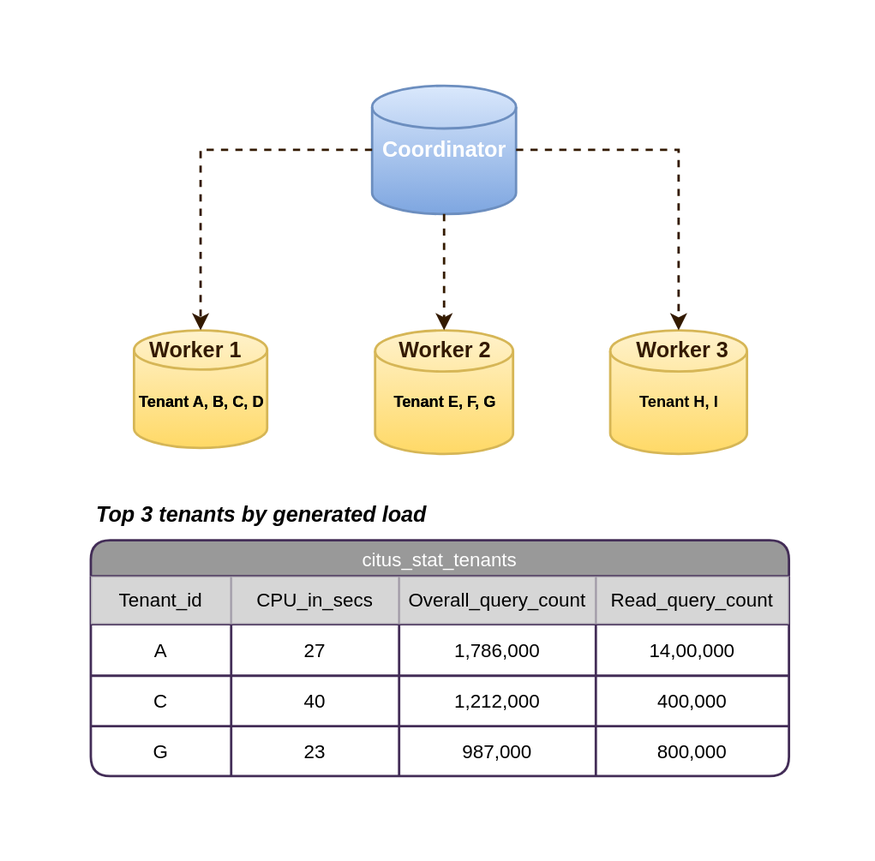
Before: articles/cosmos-db/postgresql/media/concepts-monitor-tenants/tenants-overview.svg, a diagram exported from draw.io (MicrosoftDocs/nosql-query-docs). Source tidied: cells renumbered, new cells last; positions are measured from the earlier drawing's top-left corner, leaving out a move shared by most shapes. The source it was exported from:
```xml
<mxGraphModel>
  <root>
    <mxCell id="0" />
    <mxCell id="1" parent="0" />
    <mxCell id="2" value="&lt;font style=&quot;font-size: 18px;&quot; color=&quot;#ffffff&quot;&gt;&lt;b&gt;Coordinator&lt;/b&gt;&lt;/font&gt;" style="strokeWidth=2;html=1;shape=mxgraph.flowchart.database;whiteSpace=wrap;fillColor=#dae8fc;gradientColor=#7ea6e0;strokeColor=#6c8ebf;" parent="1" vertex="1">
      <mxGeometry x="239.5" width="120" height="107" as="geometry" />
    </mxCell>
    <mxCell id="3" value="&lt;div style=&quot;&quot;&gt;&lt;br&gt;&lt;/div&gt;" style="strokeWidth=2;html=1;shape=mxgraph.flowchart.database;whiteSpace=wrap;fillColor=#fff2cc;strokeColor=#d6b656;gradientColor=#ffd966;align=center;" parent="1" vertex="1">
      <mxGeometry x="438" y="204" width="114" height="103" as="geometry" />
    </mxCell>
    <mxCell id="4" style="strokeWidth=2;html=1;shape=mxgraph.flowchart.database;whiteSpace=wrap;fillColor=#fff2cc;strokeColor=#d6b656;gradientColor=#ffd966;" parent="1" vertex="1">
      <mxGeometry x="242" y="204" width="115" height="103" as="geometry" />
    </mxCell>
    <mxCell id="5" style="strokeWidth=2;html=1;shape=mxgraph.flowchart.database;whiteSpace=wrap;fillColor=#fff2cc;strokeColor=#d6b656;gradientColor=#ffd966;gradientDirection=south;verticalAlign=middle;" parent="1" vertex="1">
      <mxGeometry x="41" y="204" width="111" height="98" as="geometry" />
    </mxCell>
    <mxCell id="6" value="&lt;b style=&quot;border-color: var(--border-color); caret-color: rgb(51, 26, 0); color: rgb(51, 26, 0); font-size: 18px;&quot;&gt;Worker 1&lt;/b&gt;" style="text;html=1;align=center;verticalAlign=middle;strokeColor=none;fillColor=none;" parent="1" vertex="1">
      <mxGeometry x="44.5" y="204" width="95" height="33" as="geometry" />
    </mxCell>
    <mxCell id="7" value="&lt;b style=&quot;border-color: var(--border-color); caret-color: rgb(51, 26, 0); color: rgb(51, 26, 0); font-size: 18px;&quot;&gt;Worker 2&lt;/b&gt;" style="text;html=1;align=center;verticalAlign=middle;strokeColor=none;fillColor=none;" parent="1" vertex="1">
      <mxGeometry x="252" y="204" width="95" height="33" as="geometry" />
    </mxCell>
    <mxCell id="8" value="&lt;b style=&quot;border-color: var(--border-color); caret-color: rgb(51, 26, 0); color: rgb(51, 26, 0); font-size: 18px;&quot;&gt;Worker 3&lt;/b&gt;" style="text;html=1;align=center;verticalAlign=middle;strokeColor=none;fillColor=none;" parent="1" vertex="1">
      <mxGeometry x="450.5" y="204" width="95" height="33" as="geometry" />
    </mxCell>
    <mxCell id="9" value="&lt;b&gt;&lt;font style=&quot;font-size: 13px;&quot;&gt;Tenant A, B, C, D&lt;/font&gt;&lt;/b&gt;" style="text;html=1;align=center;verticalAlign=middle;strokeColor=none;fillColor=none;" parent="1" vertex="1">
      <mxGeometry x="35" y="249" width="123" height="27" as="geometry" />
    </mxCell>
    <mxCell id="10" value="&lt;b&gt;&lt;font style=&quot;font-size: 13px;&quot;&gt;Tenant A, B, C, D&lt;/font&gt;&lt;/b&gt;" style="text;html=1;align=center;verticalAlign=middle;strokeColor=none;fillColor=none;" parent="1" vertex="1">
      <mxGeometry x="35" y="249" width="123" height="27" as="geometry" />
    </mxCell>
    <mxCell id="11" value="&lt;b&gt;&lt;font style=&quot;font-size: 13px;&quot;&gt;Tenant E, F, G&lt;/font&gt;&lt;/b&gt;" style="text;html=1;align=center;verticalAlign=middle;strokeColor=none;fillColor=none;" parent="1" vertex="1">
      <mxGeometry x="248" y="249" width="103" height="27" as="geometry" />
    </mxCell>
    <mxCell id="12" value="&lt;b&gt;&lt;font style=&quot;font-size: 13px;&quot;&gt;Tenant E, F, G&lt;/font&gt;&lt;/b&gt;" style="text;html=1;align=center;verticalAlign=middle;strokeColor=none;fillColor=none;" parent="1" vertex="1">
      <mxGeometry x="248" y="249" width="103" height="27" as="geometry" />
    </mxCell>
    <mxCell id="13" value="&lt;b&gt;&lt;font style=&quot;font-size: 13px;&quot;&gt;Tenant H, I&lt;/font&gt;&lt;/b&gt;" style="text;html=1;align=center;verticalAlign=middle;strokeColor=none;fillColor=none;" parent="1" vertex="1">
      <mxGeometry x="452.5" y="249" width="84" height="27" as="geometry" />
    </mxCell>
    <mxCell id="14" style="edgeStyle=segmentEdgeStyle;endArrow=classic;html=1;curved=0;rounded=0;endSize=8;startSize=8;entryX=0.5;entryY=0;entryDx=0;entryDy=0;entryPerimeter=0;exitX=1;exitY=0.5;exitDx=0;exitDy=0;exitPerimeter=0;dashed=1;strokeColor=#331A00;strokeWidth=2;" parent="1" edge="1" source="2" target="3">
      <mxGeometry relative="1" as="geometry" />
    </mxCell>
    <mxCell id="15" style="edgeStyle=segmentEdgeStyle;endArrow=classic;html=1;curved=0;rounded=0;endSize=8;startSize=8;entryX=0.5;entryY=0;entryDx=0;entryDy=0;entryPerimeter=0;exitX=0;exitY=0.5;exitDx=0;exitDy=0;exitPerimeter=0;dashed=1;strokeColor=#331A00;strokeWidth=2;" parent="1" edge="1" source="2" target="5">
      <mxGeometry relative="1" as="geometry" />
    </mxCell>
    <mxCell id="16" style="edgeStyle=segmentEdgeStyle;endArrow=classic;html=1;curved=0;rounded=0;endSize=8;startSize=8;entryX=0.5;entryY=0;entryDx=0;entryDy=0;entryPerimeter=0;dashed=1;strokeColor=#331A00;strokeWidth=2;exitX=0.5;exitY=1;exitDx=0;exitDy=0;exitPerimeter=0;" parent="1" edge="1" source="2" target="4">
      <mxGeometry relative="1" as="geometry" />
    </mxCell>
    <mxCell id="17" value="citus_stat_tenants" style="shape=table;startSize=30;strokeColor=#432D57;fontSize=16;rounded=1;arcSize=18;fillColor=#999999;fontColor=#ffffff;strokeWidth=2;" parent="1" vertex="1">
      <mxGeometry x="5" y="379" width="582" height="196.8" as="geometry" />
    </mxCell>
    <mxCell id="18" style="shape=tableRow;horizontal=0;startSize=0;swimlaneHead=0;swimlaneBody=0;strokeColor=inherit;top=0;left=0;bottom=0;right=0;fillColor=none;fontSize=16;" parent="17" vertex="1">
      <mxGeometry y="30" width="582" height="40" as="geometry" />
    </mxCell>
    <mxCell id="19" value="Tenant_id" style="shape=partialRectangle;html=1;whiteSpace=wrap;strokeColor=default;overflow=hidden;fillColor=#CCCCCC;top=0;left=0;bottom=0;right=0;fontSize=16;strokeWidth=2;perimeterSpacing=1;opacity=80;" parent="18" vertex="1">
      <mxGeometry width="117" height="40" as="geometry" />
    </mxCell>
    <mxCell id="20" value="CPU_in_secs" style="shape=partialRectangle;html=1;whiteSpace=wrap;strokeColor=default;overflow=hidden;fillColor=#CCCCCC;top=0;left=0;bottom=0;right=0;fontSize=16;strokeWidth=2;perimeterSpacing=1;opacity=80;" parent="18" vertex="1">
      <mxGeometry x="117" width="140" height="40" as="geometry" />
    </mxCell>
    <mxCell id="21" value="Overall_query_count" style="shape=partialRectangle;html=1;whiteSpace=wrap;strokeColor=default;overflow=hidden;fillColor=#CCCCCC;top=0;left=0;bottom=0;right=0;fontSize=16;strokeWidth=2;perimeterSpacing=1;opacity=80;" parent="18" vertex="1">
      <mxGeometry x="257" width="164" height="40" as="geometry" />
    </mxCell>
    <mxCell id="22" value="Read_query_count" style="shape=partialRectangle;html=1;whiteSpace=wrap;strokeColor=default;overflow=hidden;fillColor=#CCCCCC;top=0;left=0;bottom=0;right=0;fontSize=16;strokeWidth=2;perimeterSpacing=1;opacity=80;" parent="18" vertex="1">
      <mxGeometry x="421" width="161" height="40" as="geometry" />
    </mxCell>
    <mxCell id="23" style="shape=tableRow;horizontal=0;startSize=0;swimlaneHead=0;swimlaneBody=0;strokeColor=inherit;top=0;left=0;bottom=0;right=0;fillColor=none;fontSize=16;" parent="17" vertex="1">
      <mxGeometry y="70" width="582" height="43" as="geometry" />
    </mxCell>
    <mxCell id="24" value="A" style="shape=partialRectangle;html=1;whiteSpace=wrap;strokeColor=inherit;overflow=hidden;fillColor=none;top=0;left=0;bottom=0;right=0;fontSize=16;" parent="23" vertex="1">
      <mxGeometry width="117" height="43" as="geometry" />
    </mxCell>
    <mxCell id="25" value="27" style="shape=partialRectangle;html=1;whiteSpace=wrap;strokeColor=inherit;overflow=hidden;fillColor=none;top=0;left=0;bottom=0;right=0;fontSize=16;" parent="23" vertex="1">
      <mxGeometry x="117" width="140" height="43" as="geometry" />
    </mxCell>
    <mxCell id="26" value="1,786,000" style="shape=partialRectangle;html=1;whiteSpace=wrap;strokeColor=inherit;overflow=hidden;fillColor=none;top=0;left=0;bottom=0;right=0;fontSize=16;" parent="23" vertex="1">
      <mxGeometry x="257" width="164" height="43" as="geometry" />
    </mxCell>
    <mxCell id="27" value="14,00,000" style="shape=partialRectangle;html=1;whiteSpace=wrap;strokeColor=inherit;overflow=hidden;fillColor=none;top=0;left=0;bottom=0;right=0;fontSize=16;" parent="23" vertex="1">
      <mxGeometry x="421" width="161" height="43" as="geometry" />
    </mxCell>
    <mxCell id="28" style="shape=tableRow;horizontal=0;startSize=0;swimlaneHead=0;swimlaneBody=0;strokeColor=inherit;top=0;left=0;bottom=0;right=0;fillColor=none;fontSize=16;" parent="17" vertex="1">
      <mxGeometry y="113" width="582" height="42" as="geometry" />
    </mxCell>
    <mxCell id="29" value="C" style="shape=partialRectangle;html=1;whiteSpace=wrap;strokeColor=inherit;overflow=hidden;fillColor=none;top=0;left=0;bottom=0;right=0;fontSize=16;" parent="28" vertex="1">
      <mxGeometry width="117" height="42" as="geometry" />
    </mxCell>
    <mxCell id="30" value="40" style="shape=partialRectangle;html=1;whiteSpace=wrap;strokeColor=inherit;overflow=hidden;fillColor=none;top=0;left=0;bottom=0;right=0;fontSize=16;" parent="28" vertex="1">
      <mxGeometry x="117" width="140" height="42" as="geometry" />
    </mxCell>
    <mxCell id="31" value="1,212,000" style="shape=partialRectangle;html=1;whiteSpace=wrap;strokeColor=inherit;overflow=hidden;fillColor=none;top=0;left=0;bottom=0;right=0;fontSize=16;" parent="28" vertex="1">
      <mxGeometry x="257" width="164" height="42" as="geometry" />
    </mxCell>
    <mxCell id="32" value="400,000" style="shape=partialRectangle;html=1;whiteSpace=wrap;strokeColor=inherit;overflow=hidden;fillColor=none;top=0;left=0;bottom=0;right=0;fontSize=16;" parent="28" vertex="1">
      <mxGeometry x="421" width="161" height="42" as="geometry" />
    </mxCell>
    <mxCell id="33" style="shape=tableRow;horizontal=0;startSize=0;swimlaneHead=0;swimlaneBody=0;strokeColor=inherit;top=0;left=0;bottom=0;right=0;fillColor=none;fontSize=16;" parent="17" vertex="1">
      <mxGeometry y="155" width="582" height="42" as="geometry" />
    </mxCell>
    <mxCell id="34" value="G" style="shape=partialRectangle;html=1;whiteSpace=wrap;strokeColor=inherit;overflow=hidden;fillColor=none;top=0;left=0;bottom=0;right=0;fontSize=16;" parent="33" vertex="1">
      <mxGeometry width="117" height="42" as="geometry" />
    </mxCell>
    <mxCell id="35" value="23" style="shape=partialRectangle;html=1;whiteSpace=wrap;strokeColor=inherit;overflow=hidden;fillColor=none;top=0;left=0;bottom=0;right=0;fontSize=16;" parent="33" vertex="1">
      <mxGeometry x="117" width="140" height="42" as="geometry" />
    </mxCell>
    <mxCell id="36" value="987,000" style="shape=partialRectangle;html=1;whiteSpace=wrap;strokeColor=inherit;overflow=hidden;fillColor=none;top=0;left=0;bottom=0;right=0;fontSize=16;" parent="33" vertex="1">
      <mxGeometry x="257" width="164" height="42" as="geometry" />
    </mxCell>
    <mxCell id="37" value="800,000" style="shape=partialRectangle;html=1;whiteSpace=wrap;strokeColor=inherit;overflow=hidden;fillColor=none;top=0;left=0;bottom=0;right=0;fontSize=16;" parent="33" vertex="1">
      <mxGeometry x="421" width="161" height="42" as="geometry" />
    </mxCell>
    <mxCell id="38" value="&lt;font style=&quot;font-size: 18px;&quot;&gt;&lt;i&gt;&lt;b&gt;Top 3 tenants by generated load&lt;/b&gt;&lt;/i&gt;&lt;/font&gt;" style="text;html=1;align=center;verticalAlign=middle;strokeColor=none;fillColor=none;" parent="1" vertex="1">
      <mxGeometry y="341" width="293" height="33" as="geometry" />
    </mxCell>
  </root>
</mxGraphModel>
```
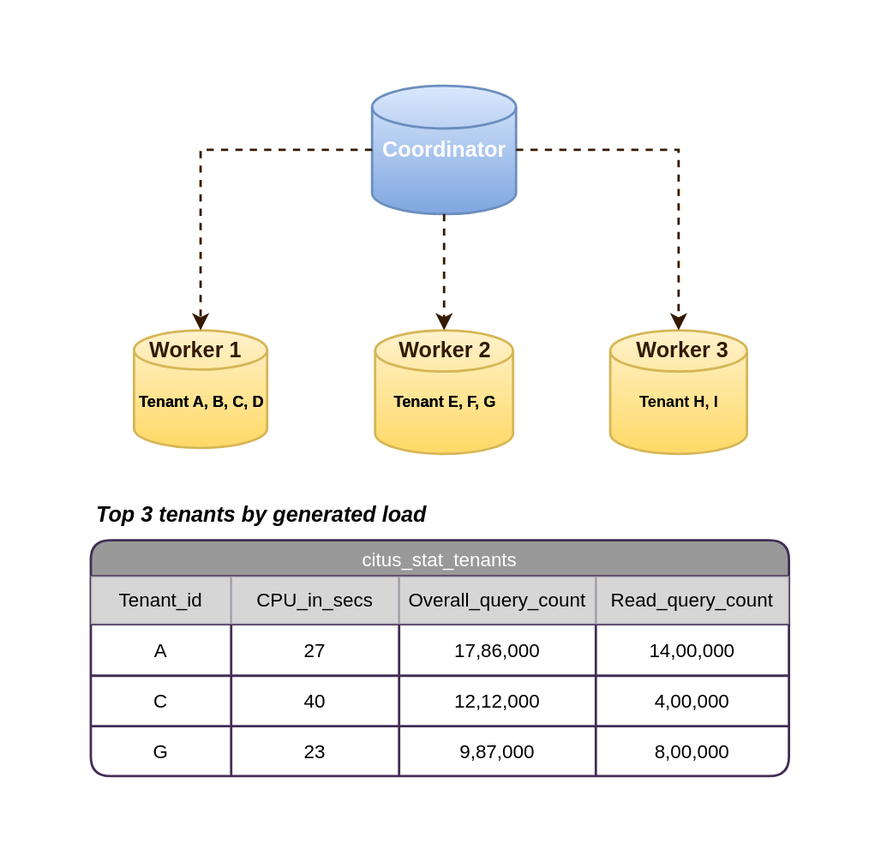
The same diagram one commit later.

Commit message:
updated image reference link

The edit, as a diff of the source:
```diff
@@ -74,7 +74,7 @@
     <mxCell id="25" value="27" style="shape=partialRectangle;html=1;whiteSpace=wrap;strokeColor=inherit;overflow=hidden;fillColor=none;top=0;left=0;bottom=0;right=0;fontSize=16;" parent="23" vertex="1">
       <mxGeometry x="117" width="140" height="43" as="geometry" />
     </mxCell>
-    <mxCell id="26" value="1,786,000" style="shape=partialRectangle;html=1;whiteSpace=wrap;strokeColor=inherit;overflow=hidden;fillColor=none;top=0;left=0;bottom=0;right=0;fontSize=16;" parent="23" vertex="1">
+    <mxCell id="26" value="17,86,000" style="shape=partialRectangle;html=1;whiteSpace=wrap;strokeColor=inherit;overflow=hidden;fillColor=none;top=0;left=0;bottom=0;right=0;fontSize=16;" parent="23" vertex="1">
       <mxGeometry x="257" width="164" height="43" as="geometry" />
     </mxCell>
     <mxCell id="27" value="14,00,000" style="shape=partialRectangle;html=1;whiteSpace=wrap;strokeColor=inherit;overflow=hidden;fillColor=none;top=0;left=0;bottom=0;right=0;fontSize=16;" parent="23" vertex="1">
@@ -89,10 +89,10 @@
     <mxCell id="30" value="40" style="shape=partialRectangle;html=1;whiteSpace=wrap;strokeColor=inherit;overflow=hidden;fillColor=none;top=0;left=0;bottom=0;right=0;fontSize=16;" parent="28" vertex="1">
       <mxGeometry x="117" width="140" height="42" as="geometry" />
     </mxCell>
-    <mxCell id="31" value="1,212,000" style="shape=partialRectangle;html=1;whiteSpace=wrap;strokeColor=inherit;overflow=hidden;fillColor=none;top=0;left=0;bottom=0;right=0;fontSize=16;" parent="28" vertex="1">
+    <mxCell id="31" value="12,12,000" style="shape=partialRectangle;html=1;whiteSpace=wrap;strokeColor=inherit;overflow=hidden;fillColor=none;top=0;left=0;bottom=0;right=0;fontSize=16;" parent="28" vertex="1">
       <mxGeometry x="257" width="164" height="42" as="geometry" />
     </mxCell>
-    <mxCell id="32" value="400,000" style="shape=partialRectangle;html=1;whiteSpace=wrap;strokeColor=inherit;overflow=hidden;fillColor=none;top=0;left=0;bottom=0;right=0;fontSize=16;" parent="28" vertex="1">
+    <mxCell id="32" value="4,00,000" style="shape=partialRectangle;html=1;whiteSpace=wrap;strokeColor=inherit;overflow=hidden;fillColor=none;top=0;left=0;bottom=0;right=0;fontSize=16;" parent="28" vertex="1">
       <mxGeometry x="421" width="161" height="42" as="geometry" />
     </mxCell>
     <mxCell id="33" style="shape=tableRow;horizontal=0;startSize=0;swimlaneHead=0;swimlaneBody=0;strokeColor=inherit;top=0;left=0;bottom=0;right=0;fillColor=none;fontSize=16;" parent="17" vertex="1">
@@ -104,10 +104,10 @@
     <mxCell id="35" value="23" style="shape=partialRectangle;html=1;whiteSpace=wrap;strokeColor=inherit;overflow=hidden;fillColor=none;top=0;left=0;bottom=0;right=0;fontSize=16;" parent="33" vertex="1">
       <mxGeometry x="117" width="140" height="42" as="geometry" />
     </mxCell>
-    <mxCell id="36" value="987,000" style="shape=partialRectangle;html=1;whiteSpace=wrap;strokeColor=inherit;overflow=hidden;fillColor=none;top=0;left=0;bottom=0;right=0;fontSize=16;" parent="33" vertex="1">
+    <mxCell id="36" value="9,87,000" style="shape=partialRectangle;html=1;whiteSpace=wrap;strokeColor=inherit;overflow=hidden;fillColor=none;top=0;left=0;bottom=0;right=0;fontSize=16;" parent="33" vertex="1">
       <mxGeometry x="257" width="164" height="42" as="geometry" />
     </mxCell>
-    <mxCell id="37" value="800,000" style="shape=partialRectangle;html=1;whiteSpace=wrap;strokeColor=inherit;overflow=hidden;fillColor=none;top=0;left=0;bottom=0;right=0;fontSize=16;" parent="33" vertex="1">
+    <mxCell id="37" value="8,00,000" style="shape=partialRectangle;html=1;whiteSpace=wrap;strokeColor=inherit;overflow=hidden;fillColor=none;top=0;left=0;bottom=0;right=0;fontSize=16;" parent="33" vertex="1">
       <mxGeometry x="421" width="161" height="42" as="geometry" />
     </mxCell>
     <mxCell id="38" value="&lt;font style=&quot;font-size: 18px;&quot;&gt;&lt;i&gt;&lt;b&gt;Top 3 tenants by generated load&lt;/b&gt;&lt;/i&gt;&lt;/font&gt;" style="text;html=1;align=center;verticalAlign=middle;strokeColor=none;fillColor=none;" parent="1" vertex="1">
```
